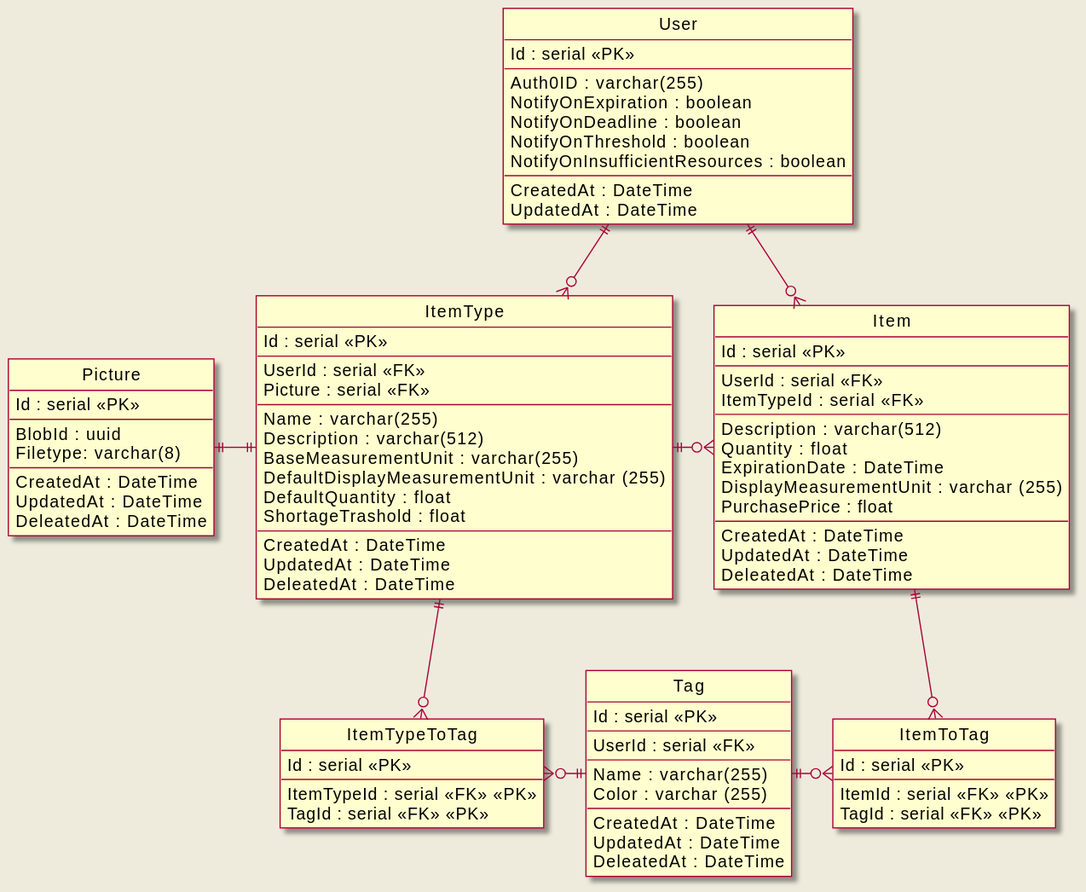
This is diagrams/logical-schema.svg from Lingers-3/project, a PlantUML export, as it was before one commit.
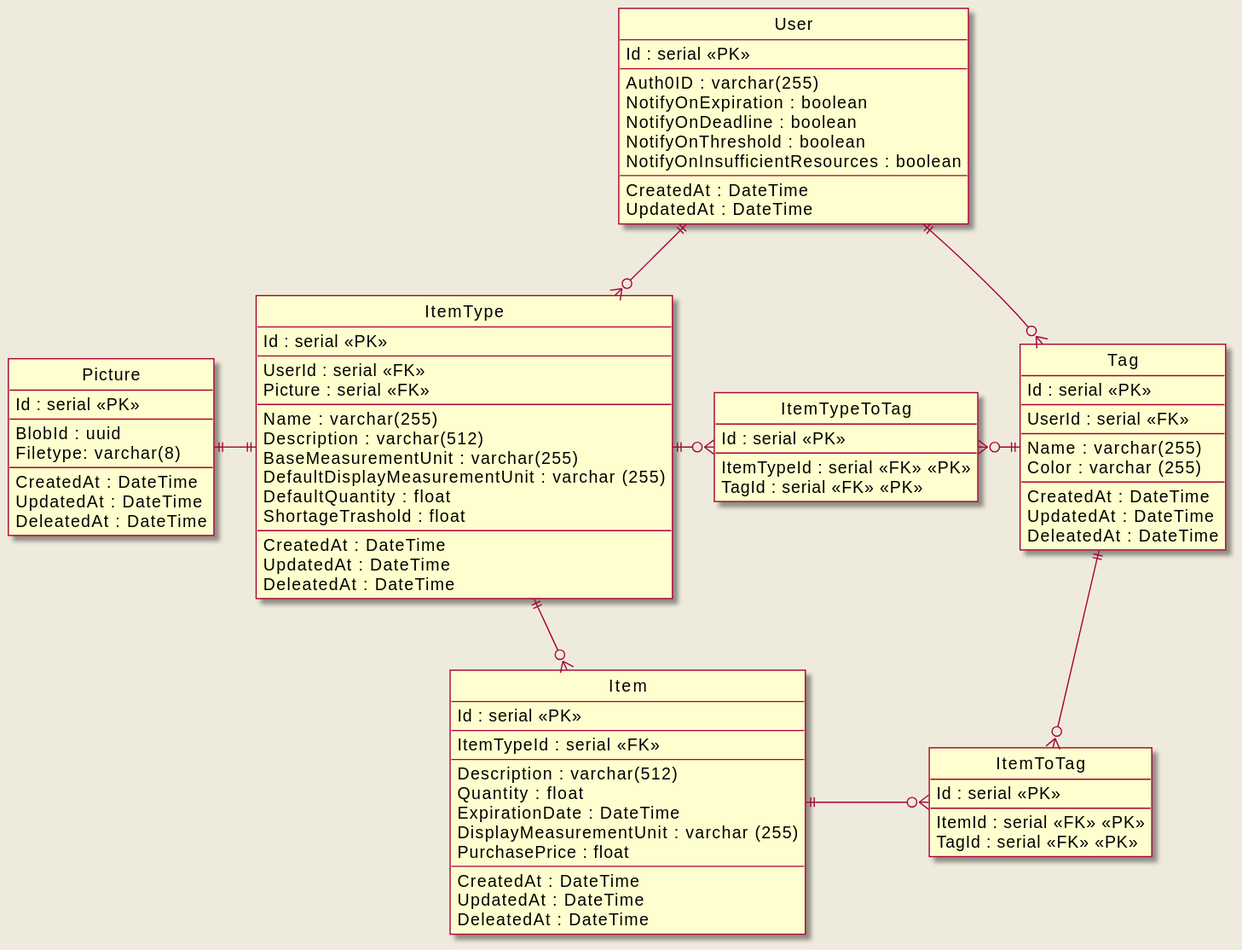
After the change.

The edit, as a diff of the source:
```diff
@@ -48,7 +48,6 @@
 entity Item {
   Id : serial <<PK>>
   --
-  UserId : serial <<FK>>
   ItemTypeId : serial <<FK>>
   --
   Description : varchar(512)
@@ -90,13 +89,13 @@
 }
 
 User ||-d-o{ ItemType
-User ||-d-o{ Item
+User ||-d-o{ Tag
 ItemType ||-l-|| Picture
-ItemType ||--r--o{ Item
+ItemType ||-d-o{ Item
 
-Item ||-d-o{ ItemToTag
-Tag ||-r-o{ ItemToTag
+Item ||-r-o{ ItemToTag
+Tag ||-d-o{ ItemToTag
 
-ItemType ||-d-o{ ItemTypeToTag
+ItemType ||-r-o{ ItemTypeToTag
 Tag ||-l-o{ ItemTypeToTag
 @enduml
```
